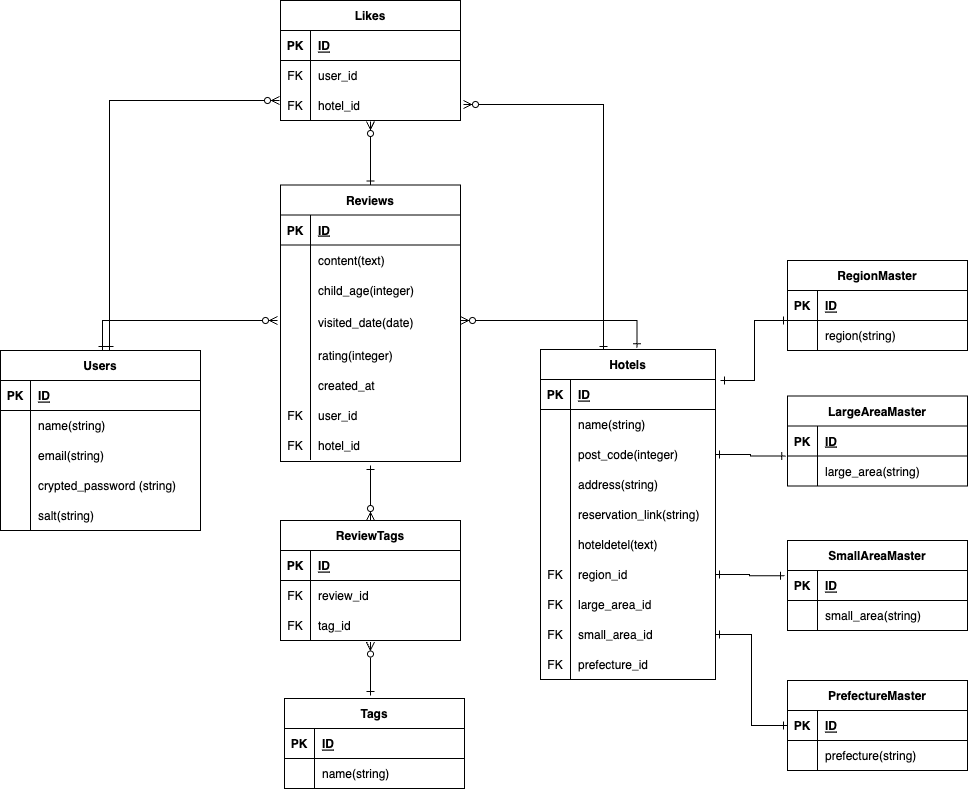
The draw.io diagram ER.drawio.png in ogawasayaka/child-friendly_hotel, before a commit. Source tidied: cells renumbered, new cells last; positions are measured from the earlier drawing's top-left corner, leaving out a move shared by most shapes.
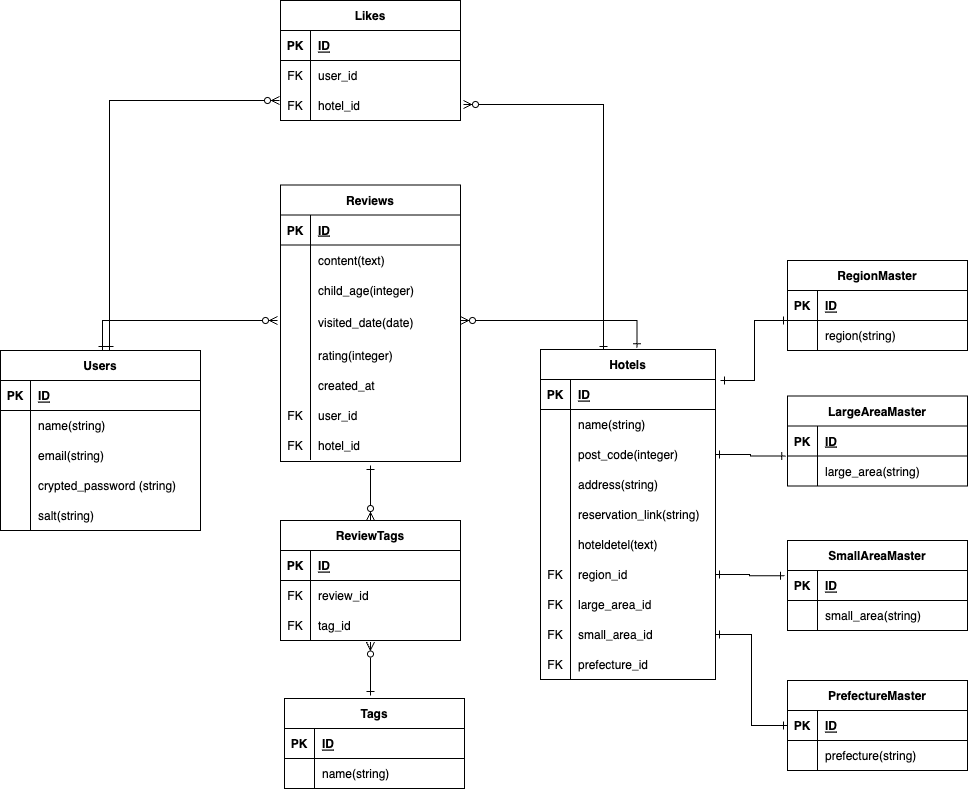
After the change.

The edit, as a diff of the source:
```diff
@@ -176,9 +176,6 @@
     <mxCell id="51" value="prefecture_id" style="shape=partialRectangle;fillColor=none;top=0;left=0;bottom=0;right=0;align=left;spacingLeft=6;overflow=hidden;" parent="49" vertex="1">
       <mxGeometry x="30" width="145" height="30" as="geometry" />
     </mxCell>
-    <mxCell id="52" style="edgeStyle=elbowEdgeStyle;rounded=0;html=1;exitX=0.5;exitY=0;exitDx=0;exitDy=0;entryX=0.498;entryY=1.033;entryDx=0;entryDy=0;entryPerimeter=0;startArrow=ERone;startFill=0;endArrow=ERzeroToMany;endFill=0;" parent="1" edge="1" source="54" target="86">
-      <mxGeometry relative="1" as="geometry" />
-    </mxCell>
     <mxCell id="53" style="edgeStyle=elbowEdgeStyle;rounded=0;html=1;exitX=0.5;exitY=1;exitDx=0;exitDy=0;startArrow=ERone;startFill=0;endArrow=ERzeroToMany;endFill=0;entryX=0.5;entryY=0;entryDx=0;entryDy=0;" parent="1" edge="1">
       <mxGeometry relative="1" as="geometry">
         <mxPoint x="370" y="465" as="sourcePoint" />
```
